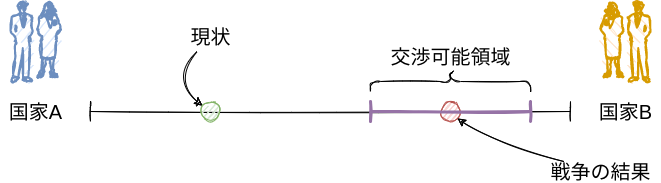
Earlier version of the draw.io export docs/figures/bargaining_range4.drawio.png (shohei-doi/intro_polisci). Source tidied: cells renumbered, new cells last; positions are measured from the earlier drawing's top-left corner, leaving out a move shared by most shapes. The source it was exported from:
```xml
<mxGraphModel>
  <root>
    <mxCell id="0" />
    <mxCell id="1" parent="0" />
    <mxCell id="2" style="shape=crossbar;whiteSpace=wrap;html=1;rounded=1;sketch=1;" parent="1" vertex="1">
      <mxGeometry x="90" y="100" width="480" height="20" as="geometry" />
    </mxCell>
    <mxCell id="3" value="&lt;font style=&quot;font-size: 20px&quot;&gt;国家A&lt;br&gt;&lt;/font&gt;" style="text;html=1;align=center;verticalAlign=middle;fillColor=none;strokeColor=none;rounded=0;sketch=1;" parent="1" vertex="1">
      <mxGeometry y="100" width="70" height="20" as="geometry" />
    </mxCell>
    <mxCell id="4" value="&lt;font style=&quot;font-size: 20px&quot;&gt;国家B&lt;br&gt;&lt;/font&gt;" style="text;html=1;align=center;verticalAlign=middle;fillColor=none;strokeColor=none;rounded=0;sketch=1;" parent="1" vertex="1">
      <mxGeometry x="590" y="100" width="70" height="20" as="geometry" />
    </mxCell>
    <mxCell id="5" style="shape=mxgraph.cisco.people.man_woman;html=1;dashed=0;fillColor=#dae8fc;strokeColor=#6c8ebf;strokeWidth=2;verticalLabelPosition=bottom;verticalAlign=top;align=center;sketch=1;fontSize=20;" parent="1" vertex="1">
      <mxGeometry x="10" width="50" height="80" as="geometry" />
    </mxCell>
    <mxCell id="6" style="shape=mxgraph.cisco.people.man_woman;html=1;dashed=0;fillColor=#ffe6cc;strokeColor=#d79b00;strokeWidth=2;verticalLabelPosition=bottom;verticalAlign=top;align=center;sketch=1;fontSize=20;flipH=1;" parent="1" vertex="1">
      <mxGeometry x="600" width="50" height="80" as="geometry" />
    </mxCell>
    <mxCell id="7" style="ellipse;whiteSpace=wrap;html=1;sketch=1;fontSize=20;fillColor=#d5e8d4;strokeColor=#82b366;" parent="1" vertex="1">
      <mxGeometry x="200" y="100" width="20" height="20" as="geometry" />
    </mxCell>
    <mxCell id="8" style="edgeStyle=none;html=1;fontSize=20;sketch=1;curved=1;" parent="1" edge="1" source="9" target="7">
      <mxGeometry relative="1" as="geometry">
        <Array as="points">
          <mxPoint x="170" y="80" />
        </Array>
      </mxGeometry>
    </mxCell>
    <mxCell id="9" value="現状" style="text;html=1;align=center;verticalAlign=middle;points=[];fillColor=none;strokeColor=none;rounded=0;sketch=1;fontSize=20;" parent="1" vertex="1">
      <mxGeometry x="180" y="20" width="60" height="30" as="geometry" />
    </mxCell>
    <mxCell id="10" style="shape=curlyBracket;whiteSpace=wrap;html=1;rounded=1;sketch=1;fontSize=20;rotation=90;" parent="1" vertex="1">
      <mxGeometry x="440" width="20" height="160" as="geometry" />
    </mxCell>
    <mxCell id="11" value="交渉可能領域" style="text;html=1;align=center;verticalAlign=middle;fillColor=none;strokeColor=none;rounded=0;sketch=1;fontSize=20;" parent="1" vertex="1">
      <mxGeometry x="380" y="40" width="140" height="30" as="geometry" />
    </mxCell>
    <mxCell id="12" style="ellipse;whiteSpace=wrap;html=1;fillColor=#f8cecc;strokeColor=#b85450;sketch=1;" parent="1" vertex="1">
      <mxGeometry x="440" y="100" width="20" height="20" as="geometry" />
    </mxCell>
    <mxCell id="13" style="edgeStyle=none;curved=1;sketch=1;html=1;entryX=1;entryY=1;entryDx=0;entryDy=0;fontSize=20;" parent="1" edge="1" source="14" target="12">
      <mxGeometry relative="1" as="geometry">
        <Array as="points">
          <mxPoint x="490" y="140" />
        </Array>
      </mxGeometry>
    </mxCell>
    <mxCell id="14" value="&lt;font style=&quot;font-size: 20px&quot;&gt;戦争の結果&lt;/font&gt;" style="text;html=1;align=center;verticalAlign=middle;points=[];fillColor=none;strokeColor=none;rounded=0;sketch=1;" parent="1" vertex="1">
      <mxGeometry x="540" y="160" width="120" height="20" as="geometry" />
    </mxCell>
    <mxCell id="15" style="shape=crossbar;whiteSpace=wrap;html=1;rounded=1;sketch=1;strokeWidth=3;fillColor=#e1d5e7;strokeColor=#9673a6;" parent="1" vertex="1">
      <mxGeometry x="370" y="100" width="160" height="20" as="geometry" />
    </mxCell>
  </root>
</mxGraphModel>
```
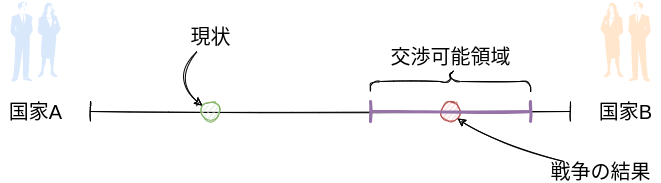
After the change.

Change to the diagram source:
```diff
@@ -11,12 +11,6 @@
     <mxCell id="4" value="&lt;font style=&quot;font-size: 20px&quot;&gt;国家B&lt;br&gt;&lt;/font&gt;" style="text;html=1;align=center;verticalAlign=middle;fillColor=none;strokeColor=none;rounded=0;sketch=1;" parent="1" vertex="1">
       <mxGeometry x="590" y="100" width="70" height="20" as="geometry" />
     </mxCell>
-    <mxCell id="5" style="shape=mxgraph.cisco.people.man_woman;html=1;dashed=0;fillColor=#dae8fc;strokeColor=#6c8ebf;strokeWidth=2;verticalLabelPosition=bottom;verticalAlign=top;align=center;sketch=1;fontSize=20;" parent="1" vertex="1">
-      <mxGeometry x="10" width="50" height="80" as="geometry" />
-    </mxCell>
-    <mxCell id="6" style="shape=mxgraph.cisco.people.man_woman;html=1;dashed=0;fillColor=#ffe6cc;strokeColor=#d79b00;strokeWidth=2;verticalLabelPosition=bottom;verticalAlign=top;align=center;sketch=1;fontSize=20;flipH=1;" parent="1" vertex="1">
-      <mxGeometry x="600" width="50" height="80" as="geometry" />
-    </mxCell>
     <mxCell id="7" style="ellipse;whiteSpace=wrap;html=1;sketch=1;fontSize=20;fillColor=#d5e8d4;strokeColor=#82b366;" parent="1" vertex="1">
       <mxGeometry x="200" y="100" width="20" height="20" as="geometry" />
     </mxCell>
@@ -52,5 +46,11 @@
     <mxCell id="15" style="shape=crossbar;whiteSpace=wrap;html=1;rounded=1;sketch=1;strokeWidth=3;fillColor=#e1d5e7;strokeColor=#9673a6;" parent="1" vertex="1">
       <mxGeometry x="370" y="100" width="160" height="20" as="geometry" />
     </mxCell>
+    <mxCell id="16" style="shape=mxgraph.cisco.people.man_woman;html=1;dashed=0;fillColor=#dae8fc;strokeColor=#6c8ebf;strokeWidth=2;verticalLabelPosition=bottom;verticalAlign=top;align=center;fontSize=20;" parent="1" vertex="1">
+      <mxGeometry x="10" width="50" height="80" as="geometry" />
+    </mxCell>
+    <mxCell id="17" style="shape=mxgraph.cisco.people.man_woman;html=1;dashed=0;fillColor=#ffe6cc;strokeColor=#d79b00;strokeWidth=2;verticalLabelPosition=bottom;verticalAlign=top;align=center;fontSize=20;flipH=1;" parent="1" vertex="1">
+      <mxGeometry x="600" width="50" height="80" as="geometry" />
+    </mxCell>
   </root>
 </mxGraphModel>
```
